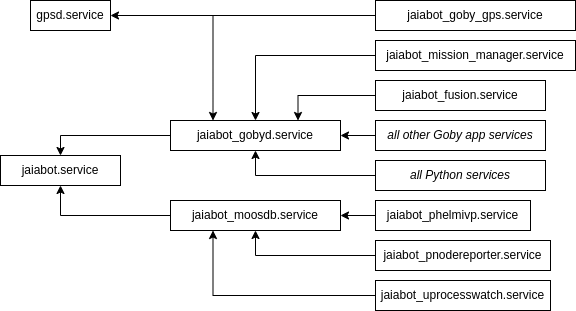
Above: src/doc/figures/systemd.png in jaiarobotics/jaiabot (draw.io), before the change. Source tidied: cells renumbered, new cells last; positions are measured from the earlier drawing's top-left corner, leaving out a move shared by most shapes. Its diagram source:
```xml
<mxGraphModel>
  <root>
    <mxCell id="0" />
    <mxCell id="1" parent="0" />
    <mxCell id="2" value="jaiabot.service" style="rounded=0;whiteSpace=wrap;html=1;" parent="1" vertex="1">
      <mxGeometry y="155" width="120" height="30" as="geometry" />
    </mxCell>
    <mxCell id="3" style="edgeStyle=orthogonalEdgeStyle;rounded=0;jettySize=auto;html=1;" parent="1" edge="1" source="4" target="2">
      <mxGeometry relative="1" as="geometry" />
    </mxCell>
    <mxCell id="4" value="jaiabot_moosdb.service" style="rounded=0;whiteSpace=wrap;html=1;" parent="1" vertex="1">
      <mxGeometry x="170" y="200" width="170" height="30" as="geometry" />
    </mxCell>
    <mxCell id="5" style="edgeStyle=orthogonalEdgeStyle;rounded=0;jettySize=auto;html=1;entryX=0.5;entryY=0;entryDx=0;entryDy=0;" parent="1" edge="1" source="6" target="2">
      <mxGeometry relative="1" as="geometry" />
    </mxCell>
    <mxCell id="6" value="jaiabot_gobyd.service" style="rounded=0;whiteSpace=wrap;html=1;" parent="1" vertex="1">
      <mxGeometry x="170" y="120" width="170" height="30" as="geometry" />
    </mxCell>
    <mxCell id="7" style="edgeStyle=orthogonalEdgeStyle;rounded=0;jettySize=auto;html=1;" parent="1" edge="1" source="8" target="6">
      <mxGeometry relative="1" as="geometry" />
    </mxCell>
    <mxCell id="8" value="&lt;i&gt;all other Goby app services&lt;/i&gt;" style="rounded=0;whiteSpace=wrap;html=1;" parent="1" vertex="1">
      <mxGeometry x="375" y="120" width="170" height="30" as="geometry" />
    </mxCell>
    <mxCell id="9" style="edgeStyle=orthogonalEdgeStyle;rounded=0;jettySize=auto;html=1;entryX=0.75;entryY=0;entryDx=0;entryDy=0;" parent="1" edge="1" source="10" target="6">
      <mxGeometry relative="1" as="geometry" />
    </mxCell>
    <mxCell id="10" value="jaiabot_fusion.service" style="rounded=0;whiteSpace=wrap;html=1;" parent="1" vertex="1">
      <mxGeometry x="375" y="80" width="170" height="30" as="geometry" />
    </mxCell>
    <mxCell id="11" style="edgeStyle=orthogonalEdgeStyle;rounded=0;jettySize=auto;html=1;entryX=0.5;entryY=0;entryDx=0;entryDy=0;" parent="1" edge="1" source="12" target="6">
      <mxGeometry relative="1" as="geometry" />
    </mxCell>
    <mxCell id="12" value="jaiabot_mission_manager.service" style="rounded=0;whiteSpace=wrap;html=1;" parent="1" vertex="1">
      <mxGeometry x="375" y="40" width="200" height="30" as="geometry" />
    </mxCell>
    <mxCell id="13" style="edgeStyle=orthogonalEdgeStyle;rounded=0;jettySize=auto;html=1;entryX=0.5;entryY=1;entryDx=0;entryDy=0;" parent="1" edge="1" source="14" target="6">
      <mxGeometry relative="1" as="geometry" />
    </mxCell>
    <mxCell id="14" value="&lt;i&gt;all Python services&lt;/i&gt;" style="rounded=0;whiteSpace=wrap;html=1;" parent="1" vertex="1">
      <mxGeometry x="375" y="160" width="170" height="30" as="geometry" />
    </mxCell>
    <mxCell id="15" style="edgeStyle=orthogonalEdgeStyle;rounded=0;jettySize=auto;html=1;entryX=1;entryY=0.5;entryDx=0;entryDy=0;" parent="1" edge="1" source="16" target="4">
      <mxGeometry relative="1" as="geometry" />
    </mxCell>
    <mxCell id="16" value="jaiabot_phelmivp.service" style="rounded=0;whiteSpace=wrap;html=1;" parent="1" vertex="1">
      <mxGeometry x="375" y="200" width="155" height="30" as="geometry" />
    </mxCell>
    <mxCell id="17" style="edgeStyle=orthogonalEdgeStyle;rounded=0;jettySize=auto;html=1;" parent="1" edge="1" source="18" target="4">
      <mxGeometry relative="1" as="geometry" />
    </mxCell>
    <mxCell id="18" value="jaiabot_pnodereporter.service" style="rounded=0;whiteSpace=wrap;html=1;" parent="1" vertex="1">
      <mxGeometry x="375" y="240" width="175" height="30" as="geometry" />
    </mxCell>
    <mxCell id="19" style="edgeStyle=orthogonalEdgeStyle;rounded=0;jettySize=auto;html=1;entryX=0.25;entryY=1;entryDx=0;entryDy=0;" parent="1" edge="1" source="20" target="4">
      <mxGeometry relative="1" as="geometry" />
    </mxCell>
    <mxCell id="20" value="jaiabot_uprocesswatch.service" style="rounded=0;whiteSpace=wrap;html=1;" parent="1" vertex="1">
      <mxGeometry x="375" y="280" width="175" height="30" as="geometry" />
    </mxCell>
    <mxCell id="21" style="edgeStyle=orthogonalEdgeStyle;rounded=0;jettySize=auto;html=1;entryX=0.25;entryY=0;entryDx=0;entryDy=0;" parent="1" edge="1" source="23" target="6">
      <mxGeometry relative="1" as="geometry" />
    </mxCell>
    <mxCell id="22" style="edgeStyle=orthogonalEdgeStyle;rounded=0;jettySize=auto;html=1;entryX=1;entryY=0.5;entryDx=0;entryDy=0;" parent="1" edge="1" source="23" target="24">
      <mxGeometry relative="1" as="geometry" />
    </mxCell>
    <mxCell id="23" value="jaiabot_goby_gps.service" style="rounded=0;whiteSpace=wrap;html=1;" parent="1" vertex="1">
      <mxGeometry x="375" width="200" height="30" as="geometry" />
    </mxCell>
    <mxCell id="24" value="gpsd.service" style="rounded=0;whiteSpace=wrap;html=1;" parent="1" vertex="1">
      <mxGeometry x="30" width="80" height="30" as="geometry" />
    </mxCell>
  </root>
</mxGraphModel>
```
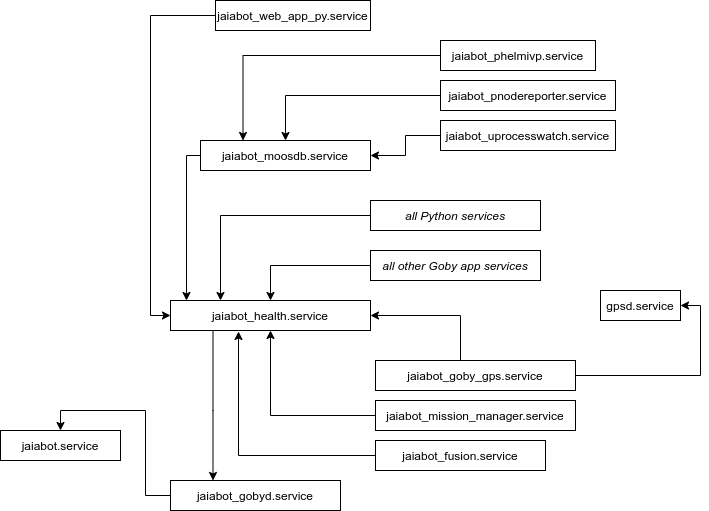
Later version of the same file.

Change to the diagram source:
```diff
@@ -3,13 +3,17 @@
     <mxCell id="0" />
     <mxCell id="1" parent="0" />
     <mxCell id="2" value="jaiabot.service" style="rounded=0;whiteSpace=wrap;html=1;" parent="1" vertex="1">
-      <mxGeometry y="155" width="120" height="30" as="geometry" />
+      <mxGeometry y="70" width="120" height="30" as="geometry" />
     </mxCell>
-    <mxCell id="3" style="edgeStyle=orthogonalEdgeStyle;rounded=0;jettySize=auto;html=1;" parent="1" edge="1" source="4" target="2">
-      <mxGeometry relative="1" as="geometry" />
+    <mxCell id="3" style="edgeStyle=orthogonalEdgeStyle;rounded=0;jettySize=auto;html=1;entryX=0.08;entryY=0;entryDx=0;entryDy=0;exitX=0;exitY=0.5;exitDx=0;exitDy=0;entryPerimeter=0;" parent="1" edge="1" source="4" target="27">
+      <mxGeometry relative="1" as="geometry">
+        <Array as="points">
+          <mxPoint x="186" y="-205" />
+        </Array>
+      </mxGeometry>
     </mxCell>
     <mxCell id="4" value="jaiabot_moosdb.service" style="rounded=0;whiteSpace=wrap;html=1;" parent="1" vertex="1">
-      <mxGeometry x="170" y="200" width="170" height="30" as="geometry" />
+      <mxGeometry x="200" y="-220" width="170" height="30" as="geometry" />
     </mxCell>
     <mxCell id="5" style="edgeStyle=orthogonalEdgeStyle;rounded=0;jettySize=auto;html=1;entryX=0.5;entryY=0;entryDx=0;entryDy=0;" parent="1" edge="1" source="6" target="2">
       <mxGeometry relative="1" as="geometry" />
@@ -17,59 +21,88 @@
     <mxCell id="6" value="jaiabot_gobyd.service" style="rounded=0;whiteSpace=wrap;html=1;" parent="1" vertex="1">
       <mxGeometry x="170" y="120" width="170" height="30" as="geometry" />
     </mxCell>
-    <mxCell id="7" style="edgeStyle=orthogonalEdgeStyle;rounded=0;jettySize=auto;html=1;" parent="1" edge="1" source="8" target="6">
+    <mxCell id="7" style="edgeStyle=orthogonalEdgeStyle;rounded=0;jettySize=auto;html=1;exitX=0;exitY=0.5;exitDx=0;exitDy=0;" parent="1" edge="1" source="8" target="27">
       <mxGeometry relative="1" as="geometry" />
     </mxCell>
     <mxCell id="8" value="&lt;i&gt;all other Goby app services&lt;/i&gt;" style="rounded=0;whiteSpace=wrap;html=1;" parent="1" vertex="1">
-      <mxGeometry x="375" y="120" width="170" height="30" as="geometry" />
+      <mxGeometry x="370" y="-110" width="170" height="30" as="geometry" />
     </mxCell>
-    <mxCell id="9" style="edgeStyle=orthogonalEdgeStyle;rounded=0;jettySize=auto;html=1;entryX=0.75;entryY=0;entryDx=0;entryDy=0;" parent="1" edge="1" source="10" target="6">
+    <mxCell id="9" style="edgeStyle=orthogonalEdgeStyle;rounded=0;jettySize=auto;html=1;entryX=0.34;entryY=1.033;entryDx=0;entryDy=0;entryPerimeter=0;" parent="1" edge="1" source="10" target="27">
       <mxGeometry relative="1" as="geometry" />
     </mxCell>
     <mxCell id="10" value="jaiabot_fusion.service" style="rounded=0;whiteSpace=wrap;html=1;" parent="1" vertex="1">
       <mxGeometry x="375" y="80" width="170" height="30" as="geometry" />
     </mxCell>
-    <mxCell id="11" style="edgeStyle=orthogonalEdgeStyle;rounded=0;jettySize=auto;html=1;entryX=0.5;entryY=0;entryDx=0;entryDy=0;" parent="1" edge="1" source="12" target="6">
+    <mxCell id="11" style="edgeStyle=orthogonalEdgeStyle;rounded=0;jettySize=auto;html=1;entryX=0.5;entryY=1;entryDx=0;entryDy=0;" parent="1" edge="1" source="12" target="27">
       <mxGeometry relative="1" as="geometry" />
     </mxCell>
     <mxCell id="12" value="jaiabot_mission_manager.service" style="rounded=0;whiteSpace=wrap;html=1;" parent="1" vertex="1">
       <mxGeometry x="375" y="40" width="200" height="30" as="geometry" />
     </mxCell>
-    <mxCell id="13" style="edgeStyle=orthogonalEdgeStyle;rounded=0;jettySize=auto;html=1;entryX=0.5;entryY=1;entryDx=0;entryDy=0;" parent="1" edge="1" source="14" target="6">
-      <mxGeometry relative="1" as="geometry" />
+    <mxCell id="13" style="edgeStyle=orthogonalEdgeStyle;rounded=0;jettySize=auto;html=1;entryX=0.25;entryY=0;entryDx=0;entryDy=0;" parent="1" edge="1" source="14" target="27">
+      <mxGeometry relative="1" as="geometry">
+        <Array as="points">
+          <mxPoint x="220" y="-145" />
+        </Array>
+      </mxGeometry>
     </mxCell>
     <mxCell id="14" value="&lt;i&gt;all Python services&lt;/i&gt;" style="rounded=0;whiteSpace=wrap;html=1;" parent="1" vertex="1">
-      <mxGeometry x="375" y="160" width="170" height="30" as="geometry" />
+      <mxGeometry x="370" y="-160" width="170" height="30" as="geometry" />
     </mxCell>
-    <mxCell id="15" style="edgeStyle=orthogonalEdgeStyle;rounded=0;jettySize=auto;html=1;entryX=1;entryY=0.5;entryDx=0;entryDy=0;" parent="1" edge="1" source="16" target="4">
+    <mxCell id="15" style="rounded=0;jettySize=auto;html=1;entryX=0.25;entryY=0;entryDx=0;entryDy=0;edgeStyle=orthogonalEdgeStyle;" parent="1" edge="1" source="16" target="4">
       <mxGeometry relative="1" as="geometry" />
     </mxCell>
     <mxCell id="16" value="jaiabot_phelmivp.service" style="rounded=0;whiteSpace=wrap;html=1;" parent="1" vertex="1">
-      <mxGeometry x="375" y="200" width="155" height="30" as="geometry" />
+      <mxGeometry x="440" y="-320" width="155" height="30" as="geometry" />
     </mxCell>
     <mxCell id="17" style="edgeStyle=orthogonalEdgeStyle;rounded=0;jettySize=auto;html=1;" parent="1" edge="1" source="18" target="4">
       <mxGeometry relative="1" as="geometry" />
     </mxCell>
     <mxCell id="18" value="jaiabot_pnodereporter.service" style="rounded=0;whiteSpace=wrap;html=1;" parent="1" vertex="1">
-      <mxGeometry x="375" y="240" width="175" height="30" as="geometry" />
+      <mxGeometry x="440" y="-280" width="175" height="30" as="geometry" />
     </mxCell>
-    <mxCell id="19" style="edgeStyle=orthogonalEdgeStyle;rounded=0;jettySize=auto;html=1;entryX=0.25;entryY=1;entryDx=0;entryDy=0;" parent="1" edge="1" source="20" target="4">
+    <mxCell id="19" style="edgeStyle=orthogonalEdgeStyle;rounded=0;jettySize=auto;html=1;entryX=1;entryY=0.5;entryDx=0;entryDy=0;" parent="1" edge="1" source="20" target="4">
       <mxGeometry relative="1" as="geometry" />
     </mxCell>
     <mxCell id="20" value="jaiabot_uprocesswatch.service" style="rounded=0;whiteSpace=wrap;html=1;" parent="1" vertex="1">
-      <mxGeometry x="375" y="280" width="175" height="30" as="geometry" />
+      <mxGeometry x="440" y="-240" width="175" height="30" as="geometry" />
     </mxCell>
-    <mxCell id="21" style="edgeStyle=orthogonalEdgeStyle;rounded=0;jettySize=auto;html=1;entryX=0.25;entryY=0;entryDx=0;entryDy=0;" parent="1" edge="1" source="23" target="6">
-      <mxGeometry relative="1" as="geometry" />
-    </mxCell>
     <mxCell id="22" style="edgeStyle=orthogonalEdgeStyle;rounded=0;jettySize=auto;html=1;entryX=1;entryY=0.5;entryDx=0;entryDy=0;" parent="1" edge="1" source="23" target="24">
       <mxGeometry relative="1" as="geometry" />
     </mxCell>
+    <mxCell id="25" style="edgeStyle=orthogonalEdgeStyle;rounded=0;jettySize=auto;html=1;entryX=1;entryY=0.5;entryDx=0;entryDy=0;" parent="1" edge="1" source="23" target="27">
+      <mxGeometry relative="1" as="geometry">
+        <Array as="points">
+          <mxPoint x="460" y="-45" />
+        </Array>
+      </mxGeometry>
+    </mxCell>
     <mxCell id="23" value="jaiabot_goby_gps.service" style="rounded=0;whiteSpace=wrap;html=1;" parent="1" vertex="1">
       <mxGeometry x="375" width="200" height="30" as="geometry" />
     </mxCell>
     <mxCell id="24" value="gpsd.service" style="rounded=0;whiteSpace=wrap;html=1;" parent="1" vertex="1">
-      <mxGeometry x="30" width="80" height="30" as="geometry" />
+      <mxGeometry x="600" y="-70" width="80" height="30" as="geometry" />
     </mxCell>
+    <mxCell id="26" style="edgeStyle=orthogonalEdgeStyle;rounded=0;jettySize=auto;html=1;entryX=0.25;entryY=0;entryDx=0;entryDy=0;" parent="1" edge="1" source="27" target="6">
+      <mxGeometry relative="1" as="geometry">
+        <Array as="points">
+          <mxPoint x="213" y="50" />
+        </Array>
+      </mxGeometry>
+    </mxCell>
+    <mxCell id="27" value="jaiabot_health.service" style="rounded=0;whiteSpace=wrap;html=1;" parent="1" vertex="1">
+      <mxGeometry x="170" y="-60" width="200" height="30" as="geometry" />
+    </mxCell>
+    <mxCell id="28" style="edgeStyle=orthogonalEdgeStyle;rounded=0;jettySize=auto;html=1;entryX=0;entryY=0.5;entryDx=0;entryDy=0;" parent="1" edge="1" source="29" target="27">
+      <mxGeometry relative="1" as="geometry">
+        <Array as="points">
+          <mxPoint x="150" y="-345" />
+          <mxPoint x="150" y="-45" />
+        </Array>
+      </mxGeometry>
+    </mxCell>
+    <mxCell id="29" value="jaiabot_web_app_py.service" style="rounded=0;whiteSpace=wrap;html=1;" parent="1" vertex="1">
+      <mxGeometry x="215" y="-360" width="155" height="30" as="geometry" />
+    </mxCell>
   </root>
 </mxGraphModel>
```
